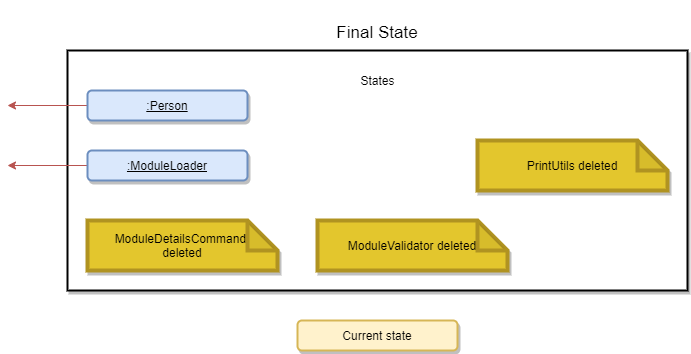
This is docs/images/DeveloperGuide/moduleDetailsCommand_finalState.png from vanessa-kang/tp, a draw.io export, as it was before one commit. Source tidied: cells renumbered, new cells last; positions are measured from the earlier drawing's top-left corner, leaving out a move shared by most shapes.
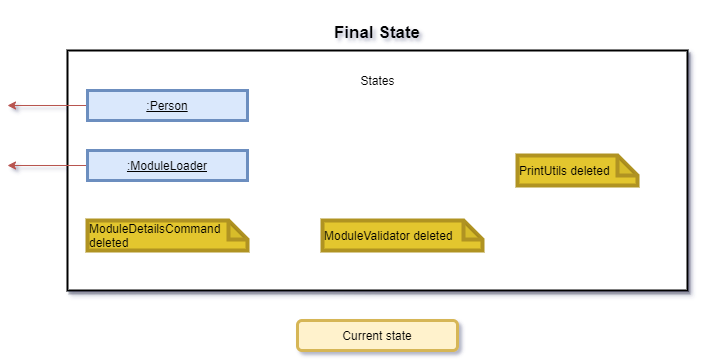
The same diagram one commit later.

Commit message:
Amended state diagram formats in DG

Diff of the diagram source:
```diff
@@ -1,4 +1,4 @@
-<mxGraphModel>
+<mxGraphModel shadow="1">
   <root>
     <mxCell id="0" />
     <mxCell id="1" parent="0" />
@@ -14,10 +14,16 @@
     <mxCell id="5" value="States" style="text;html=1;strokeColor=none;fillColor=none;align=center;verticalAlign=middle;whiteSpace=wrap;rounded=0;shadow=1;" parent="3" vertex="1">
       <mxGeometry x="283.6" y="20" width="52.8" height="20" as="geometry" />
     </mxCell>
+    <mxCell id="13" value="ModuleValidator deleted" style="shape=note;whiteSpace=wrap;html=1;backgroundOutline=1;darkOpacity=0.05;rounded=1;shadow=0;strokeWidth=4;fillColor=#e3c62d;strokeColor=#b09321;align=left;size=19;" parent="3" vertex="1">
+      <mxGeometry x="255" y="170" width="160" height="30" as="geometry" />
+    </mxCell>
+    <mxCell id="14" value="PrintUtils deleted" style="shape=note;whiteSpace=wrap;html=1;backgroundOutline=1;darkOpacity=0.05;rounded=1;shadow=0;strokeWidth=4;fillColor=#e3c62d;strokeColor=#b09321;align=left;size=20;" parent="3" vertex="1">
+      <mxGeometry x="450" y="105" width="120" height="30" as="geometry" />
+    </mxCell>
-    <mxCell id="6" value="&lt;h1&gt;&lt;span style=&quot;font-weight: normal&quot;&gt;&lt;font style=&quot;font-size: 17px&quot;&gt;Final State&lt;/font&gt;&lt;/span&gt;&lt;/h1&gt;" style="text;html=1;strokeColor=none;fillColor=none;spacing=5;spacingTop=-20;whiteSpace=wrap;overflow=hidden;rounded=0;shadow=1;align=center;" parent="2" vertex="1">
+    <mxCell id="6" value="&lt;h1&gt;&lt;font style=&quot;font-size: 17px&quot;&gt;Final State&lt;/font&gt;&lt;/h1&gt;" style="text;html=1;strokeColor=none;fillColor=none;spacing=5;spacingTop=-20;whiteSpace=wrap;overflow=hidden;rounded=0;shadow=1;align=center;" parent="2" vertex="1">
       <mxGeometry x="260" width="100" height="40" as="geometry" />
     </mxCell>
-    <mxCell id="7" value="Current state" style="rounded=1;whiteSpace=wrap;html=1;shadow=1;strokeColor=#d6b656;strokeWidth=2;fillColor=#fff2cc;" parent="2" vertex="1">
+    <mxCell id="7" value="Current state" style="rounded=1;whiteSpace=wrap;html=1;shadow=0;strokeColor=#d6b656;strokeWidth=3;fillColor=#fff2cc;" parent="2" vertex="1">
       <mxGeometry x="230" y="310" width="160" height="30" as="geometry" />
     </mxCell>
     <mxCell id="8" style="edgeStyle=orthogonalEdgeStyle;rounded=0;jettySize=auto;html=1;strokeColor=#b85450;fillColor=#f8cecc;" parent="1" edge="1" source="9">
@@ -25,7 +31,7 @@
         <mxPoint y="155" as="targetPoint" />
       </mxGeometry>
     </mxCell>
-    <mxCell id="9" value="&lt;u&gt;:ModuleLoader&lt;/u&gt;" style="rounded=1;whiteSpace=wrap;html=1;shadow=1;strokeColor=#6c8ebf;strokeWidth=2;fillColor=#dae8fc;" parent="1" vertex="1">
+    <mxCell id="9" value="&lt;u&gt;:ModuleLoader&lt;/u&gt;" style="rounded=0;whiteSpace=wrap;html=1;shadow=0;strokeColor=#6c8ebf;strokeWidth=3;fillColor=#dae8fc;" parent="1" vertex="1">
       <mxGeometry x="80" y="140" width="160" height="30" as="geometry" />
     </mxCell>
     <mxCell id="10" style="edgeStyle=orthogonalEdgeStyle;rounded=0;jettySize=auto;html=1;strokeColor=#b85450;fillColor=#f8cecc;" parent="1" edge="1" source="11">
@@ -33,17 +39,11 @@
         <mxPoint y="95" as="targetPoint" />
       </mxGeometry>
     </mxCell>
-    <mxCell id="11" value="&lt;u&gt;:Person&lt;/u&gt;" style="rounded=1;whiteSpace=wrap;html=1;shadow=1;strokeColor=#6c8ebf;strokeWidth=2;fillColor=#dae8fc;" parent="1" vertex="1">
+    <mxCell id="11" value="&lt;u&gt;&lt;font style=&quot;font-size: 12px&quot;&gt;:Person&lt;/font&gt;&lt;/u&gt;" style="rounded=0;whiteSpace=wrap;html=1;shadow=0;strokeColor=#6c8ebf;strokeWidth=3;fillColor=#dae8fc;" parent="1" vertex="1">
       <mxGeometry x="80" y="80" width="160" height="30" as="geometry" />
     </mxCell>
-    <mxCell id="12" value="ModuleDetailsCommand &lt;br&gt;deleted" style="shape=note;whiteSpace=wrap;html=1;backgroundOutline=1;darkOpacity=0.05;rounded=1;shadow=1;strokeWidth=4;fillColor=#e3c62d;strokeColor=#b09321;" parent="1" vertex="1">
-      <mxGeometry x="80" y="210" width="190" height="50" as="geometry" />
+    <mxCell id="12" value="ModuleDetailsCommand &lt;br&gt;deleted" style="shape=note;whiteSpace=wrap;html=1;backgroundOutline=1;darkOpacity=0.05;rounded=1;shadow=0;strokeWidth=4;fillColor=#e3c62d;strokeColor=#b09321;align=left;size=19;" parent="1" vertex="1">
+      <mxGeometry x="80" y="210" width="160" height="30" as="geometry" />
     </mxCell>
-    <mxCell id="13" value="ModuleValidator deleted" style="shape=note;whiteSpace=wrap;html=1;backgroundOutline=1;darkOpacity=0.05;rounded=1;shadow=1;strokeWidth=4;fillColor=#e3c62d;strokeColor=#b09321;" parent="1" vertex="1">
-      <mxGeometry x="310" y="210" width="190" height="50" as="geometry" />
-    </mxCell>
-    <mxCell id="14" value="PrintUtils deleted" style="shape=note;whiteSpace=wrap;html=1;backgroundOutline=1;darkOpacity=0.05;rounded=1;shadow=1;strokeWidth=4;fillColor=#e3c62d;strokeColor=#b09321;" parent="1" vertex="1">
-      <mxGeometry x="470" y="130" width="190" height="50" as="geometry" />
-    </mxCell>
   </root>
 </mxGraphModel>
```
